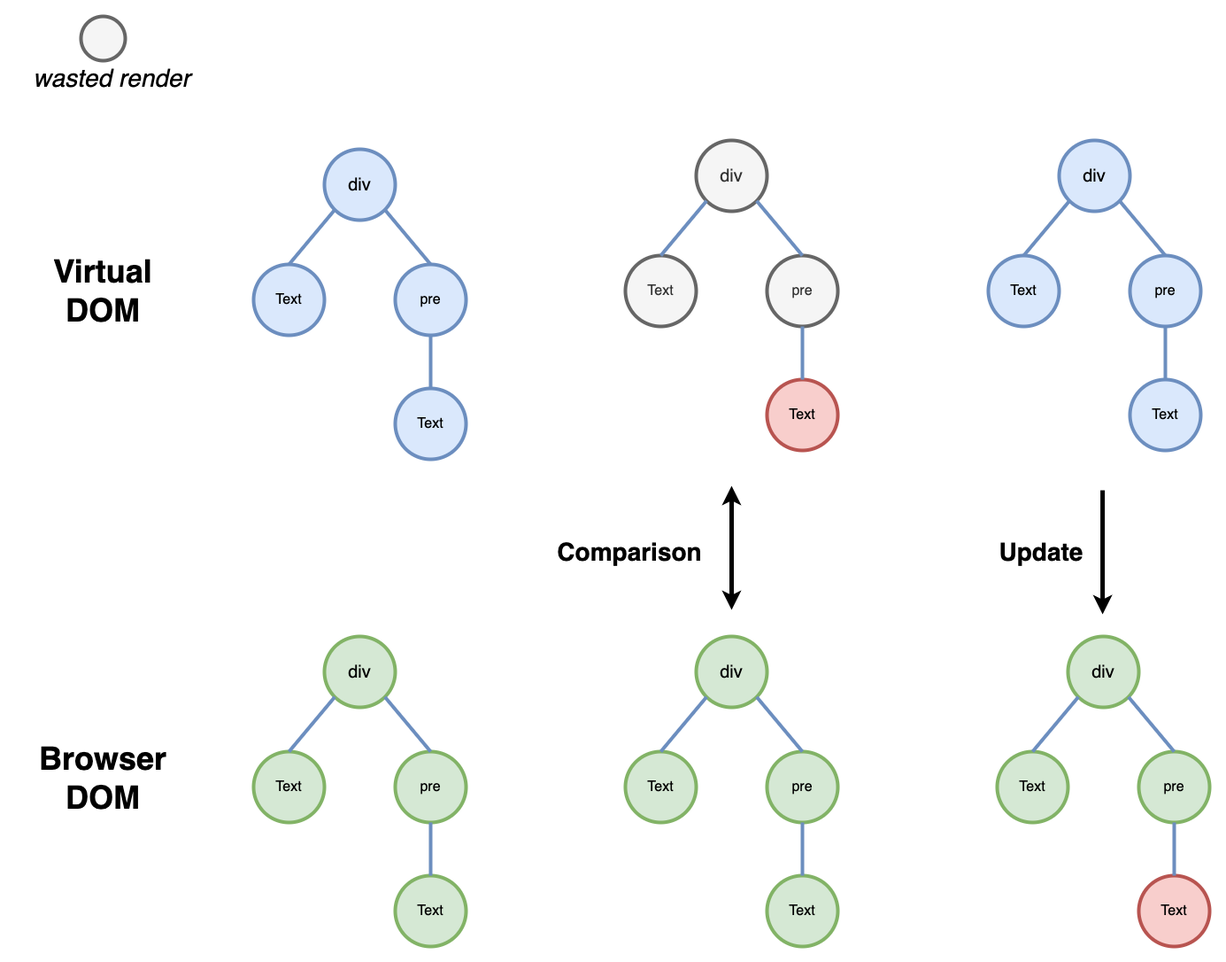
Above: src/assets/wasted-render.png in marconi1992/preact-redux-performance (draw.io), before the change. Source tidied: cells renumbered, new cells last; positions are measured from the earlier drawing's top-left corner, leaving out a move shared by most shapes.
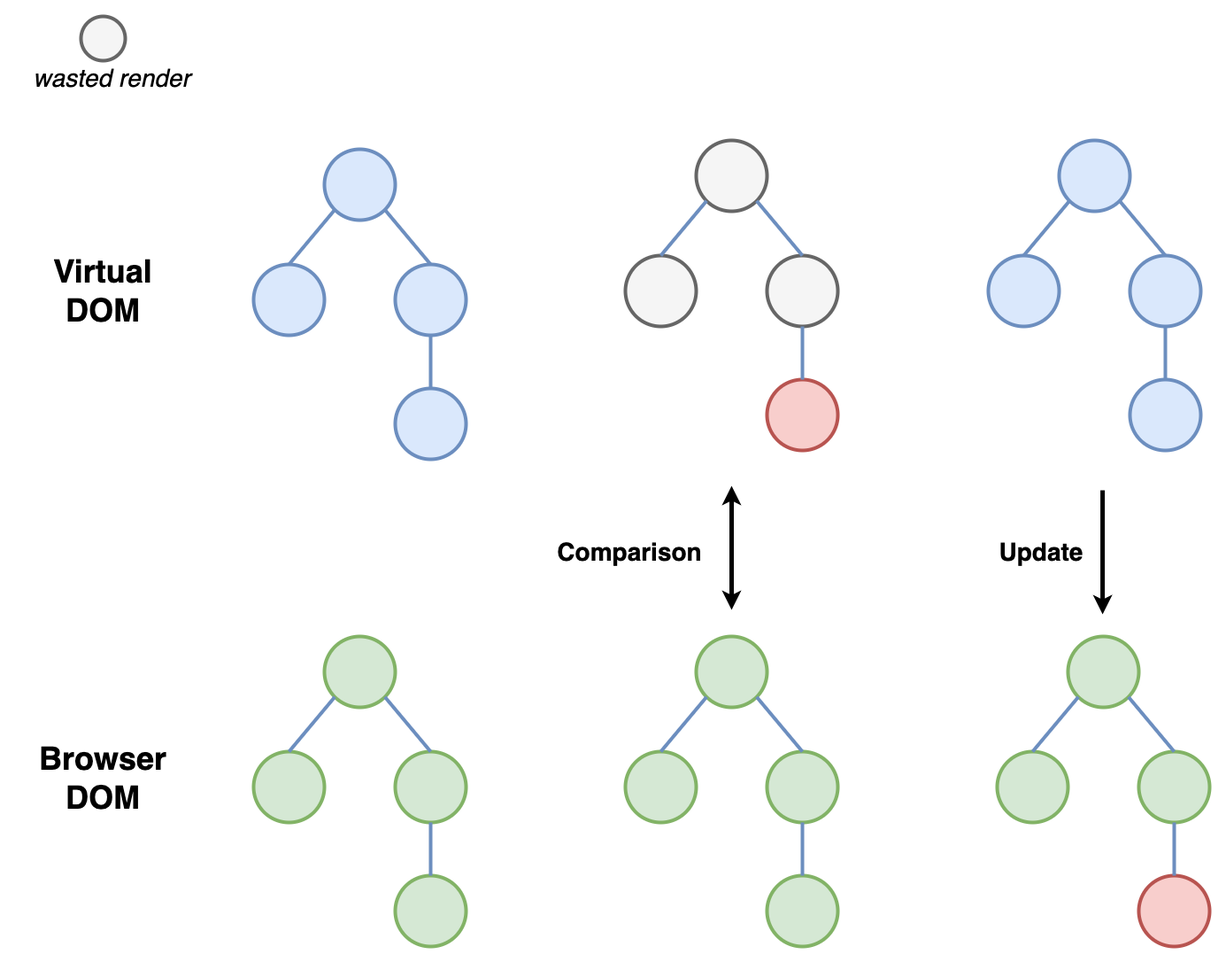
The same diagram one commit later.

Commit message:
update wasted render section

Change to the diagram source:
```diff
@@ -5,22 +5,22 @@
     <mxCell id="2" style="group;" parent="1" vertex="1">
       <mxGeometry x="270" y="150" width="240" height="320" as="geometry" />
     </mxCell>
-    <mxCell id="3" value="&lt;font style=&quot;font-size: 20px;&quot;&gt;div&lt;/font&gt;" style="ellipse;whiteSpace=wrap;html=1;fillColor=#dae8fc;strokeColor=#6c8ebf;strokeWidth=4;" parent="2" vertex="1">
+    <mxCell id="3" style="ellipse;whiteSpace=wrap;html=1;fillColor=#dae8fc;strokeColor=#6c8ebf;strokeWidth=4;" parent="2" vertex="1">
       <mxGeometry x="80" width="80" height="80" as="geometry" />
     </mxCell>
-    <mxCell id="4" value="&lt;font style=&quot;font-size: 16px;&quot;&gt;Text&lt;/font&gt;" style="ellipse;whiteSpace=wrap;html=1;fillColor=#dae8fc;strokeColor=#6c8ebf;strokeWidth=4;" parent="2" vertex="1">
+    <mxCell id="4" style="ellipse;whiteSpace=wrap;html=1;fillColor=#dae8fc;strokeColor=#6c8ebf;strokeWidth=4;" parent="2" vertex="1">
       <mxGeometry y="130" width="80" height="80" as="geometry" />
     </mxCell>
     <mxCell id="5" style="edgeStyle=none;rounded=0;jettySize=auto;html=1;exitX=0;exitY=1;exitDx=0;exitDy=0;entryX=0.5;entryY=0;entryDx=0;entryDy=0;fontSize=16;endArrow=none;endFill=0;fillColor=#dae8fc;strokeColor=#6c8ebf;strokeWidth=4;" parent="2" edge="1" source="3" target="4">
       <mxGeometry relative="1" as="geometry" />
     </mxCell>
-    <mxCell id="6" value="&lt;font style=&quot;font-size: 16px;&quot;&gt;pre&lt;/font&gt;" style="ellipse;whiteSpace=wrap;html=1;fillColor=#dae8fc;strokeColor=#6c8ebf;strokeWidth=4;" parent="2" vertex="1">
+    <mxCell id="6" style="ellipse;whiteSpace=wrap;html=1;fillColor=#dae8fc;strokeColor=#6c8ebf;strokeWidth=4;" parent="2" vertex="1">
       <mxGeometry x="160" y="130" width="80" height="80" as="geometry" />
     </mxCell>
     <mxCell id="7" style="edgeStyle=none;rounded=0;jettySize=auto;html=1;exitX=1;exitY=1;exitDx=0;exitDy=0;entryX=0.5;entryY=0;entryDx=0;entryDy=0;fontSize=16;endArrow=none;endFill=0;fillColor=#dae8fc;strokeColor=#6c8ebf;strokeWidth=4;" parent="2" edge="1" source="3" target="6">
       <mxGeometry relative="1" as="geometry" />
     </mxCell>
-    <mxCell id="8" value="&lt;font style=&quot;font-size: 16px;&quot;&gt;Text&lt;/font&gt;" style="ellipse;whiteSpace=wrap;html=1;fillColor=#dae8fc;strokeColor=#6c8ebf;strokeWidth=4;" parent="2" vertex="1">
+    <mxCell id="8" style="ellipse;whiteSpace=wrap;html=1;fillColor=#dae8fc;strokeColor=#6c8ebf;strokeWidth=4;" parent="2" vertex="1">
       <mxGeometry x="160" y="270" width="80" height="80" as="geometry" />
     </mxCell>
     <mxCell id="9" style="edgeStyle=none;rounded=0;jettySize=auto;html=1;exitX=0.5;exitY=1;exitDx=0;exitDy=0;entryX=0.5;entryY=0;entryDx=0;entryDy=0;fontSize=16;endArrow=none;endFill=0;fillColor=#dae8fc;strokeColor=#6c8ebf;strokeWidth=4;" parent="2" edge="1" source="6" target="8">
@@ -29,22 +29,22 @@
     <mxCell id="10" style="group;" parent="1" vertex="1">
       <mxGeometry x="690" y="140" width="240" height="320" as="geometry" />
     </mxCell>
-    <mxCell id="11" value="&lt;font style=&quot;font-size: 20px;&quot;&gt;div&lt;/font&gt;" style="ellipse;whiteSpace=wrap;html=1;fillColor=#f5f5f5;strokeColor=#666666;strokeWidth=4;fontColor=#333333;" parent="10" vertex="1">
+    <mxCell id="11" style="ellipse;whiteSpace=wrap;html=1;fillColor=#f5f5f5;strokeColor=#666666;strokeWidth=4;fontColor=#333333;" parent="10" vertex="1">
       <mxGeometry x="80" width="80" height="80" as="geometry" />
     </mxCell>
-    <mxCell id="12" value="&lt;span style=&quot;font-size: 16px;&quot;&gt;Text&lt;/span&gt;" style="ellipse;whiteSpace=wrap;html=1;fillColor=#f5f5f5;strokeColor=#666666;strokeWidth=4;fontColor=#333333;" parent="10" vertex="1">
+    <mxCell id="12" style="ellipse;whiteSpace=wrap;html=1;fillColor=#f5f5f5;strokeColor=#666666;strokeWidth=4;fontColor=#333333;" parent="10" vertex="1">
       <mxGeometry y="130" width="80" height="80" as="geometry" />
     </mxCell>
     <mxCell id="13" style="edgeStyle=none;rounded=0;jettySize=auto;html=1;exitX=0;exitY=1;exitDx=0;exitDy=0;entryX=0.5;entryY=0;entryDx=0;entryDy=0;fontSize=16;endArrow=none;endFill=0;fillColor=#dae8fc;strokeColor=#6c8ebf;strokeWidth=4;" parent="10" edge="1" source="11" target="12">
       <mxGeometry relative="1" as="geometry" />
     </mxCell>
-    <mxCell id="14" value="&lt;font style=&quot;font-size: 16px;&quot;&gt;pre&lt;/font&gt;" style="ellipse;whiteSpace=wrap;html=1;fillColor=#f5f5f5;strokeColor=#666666;strokeWidth=4;fontColor=#333333;" parent="10" vertex="1">
+    <mxCell id="14" style="ellipse;whiteSpace=wrap;html=1;fillColor=#f5f5f5;strokeColor=#666666;strokeWidth=4;fontColor=#333333;" parent="10" vertex="1">
       <mxGeometry x="160" y="130" width="80" height="80" as="geometry" />
     </mxCell>
     <mxCell id="15" style="edgeStyle=none;rounded=0;jettySize=auto;html=1;exitX=1;exitY=1;exitDx=0;exitDy=0;entryX=0.5;entryY=0;entryDx=0;entryDy=0;fontSize=16;endArrow=none;endFill=0;fillColor=#dae8fc;strokeColor=#6c8ebf;strokeWidth=4;" parent="10" edge="1" source="11" target="14">
       <mxGeometry relative="1" as="geometry" />
     </mxCell>
-    <mxCell id="16" value="&lt;font style=&quot;font-size: 16px;&quot;&gt;Text&lt;/font&gt;" style="ellipse;whiteSpace=wrap;html=1;fillColor=#f8cecc;strokeColor=#b85450;strokeWidth=4;" parent="10" vertex="1">
+    <mxCell id="16" style="ellipse;whiteSpace=wrap;html=1;fillColor=#f8cecc;strokeColor=#b85450;strokeWidth=4;" parent="10" vertex="1">
       <mxGeometry x="160" y="270" width="80" height="80" as="geometry" />
     </mxCell>
     <mxCell id="17" style="edgeStyle=none;rounded=0;jettySize=auto;html=1;exitX=0.5;exitY=1;exitDx=0;exitDy=0;entryX=0.5;entryY=0;entryDx=0;entryDy=0;fontSize=16;endArrow=none;endFill=0;fillColor=#dae8fc;strokeColor=#6c8ebf;strokeWidth=4;" parent="10" edge="1" source="14" target="16">
@@ -56,22 +56,22 @@
     <mxCell id="19" style="group;" parent="1" vertex="1">
       <mxGeometry x="270" y="700" width="240" height="320" as="geometry" />
     </mxCell>
-    <mxCell id="20" value="&lt;font style=&quot;font-size: 20px;&quot;&gt;div&lt;/font&gt;" style="ellipse;whiteSpace=wrap;html=1;fillColor=#d5e8d4;strokeColor=#82b366;strokeWidth=4;" parent="19" vertex="1">
+    <mxCell id="20" style="ellipse;whiteSpace=wrap;html=1;fillColor=#d5e8d4;strokeColor=#82b366;strokeWidth=4;" parent="19" vertex="1">
       <mxGeometry x="80" width="80" height="80" as="geometry" />
     </mxCell>
-    <mxCell id="21" value="&lt;font style=&quot;font-size: 16px;&quot;&gt;Text&lt;/font&gt;" style="ellipse;whiteSpace=wrap;html=1;fillColor=#d5e8d4;strokeColor=#82b366;strokeWidth=4;" parent="19" vertex="1">
+    <mxCell id="21" style="ellipse;whiteSpace=wrap;html=1;fillColor=#d5e8d4;strokeColor=#82b366;strokeWidth=4;" parent="19" vertex="1">
       <mxGeometry y="130" width="80" height="80" as="geometry" />
     </mxCell>
     <mxCell id="22" style="edgeStyle=none;rounded=0;jettySize=auto;html=1;exitX=0;exitY=1;exitDx=0;exitDy=0;entryX=0.5;entryY=0;entryDx=0;entryDy=0;fontSize=16;endArrow=none;endFill=0;fillColor=#dae8fc;strokeColor=#6c8ebf;strokeWidth=4;" parent="19" edge="1" source="20" target="21">
       <mxGeometry relative="1" as="geometry" />
     </mxCell>
-    <mxCell id="23" value="&lt;font style=&quot;font-size: 16px;&quot;&gt;pre&lt;/font&gt;" style="ellipse;whiteSpace=wrap;html=1;fillColor=#d5e8d4;strokeColor=#82b366;strokeWidth=4;" parent="19" vertex="1">
+    <mxCell id="23" style="ellipse;whiteSpace=wrap;html=1;fillColor=#d5e8d4;strokeColor=#82b366;strokeWidth=4;" parent="19" vertex="1">
       <mxGeometry x="160" y="130" width="80" height="80" as="geometry" />
     </mxCell>
     <mxCell id="24" style="edgeStyle=none;rounded=0;jettySize=auto;html=1;exitX=1;exitY=1;exitDx=0;exitDy=0;entryX=0.5;entryY=0;entryDx=0;entryDy=0;fontSize=16;endArrow=none;endFill=0;fillColor=#dae8fc;strokeColor=#6c8ebf;strokeWidth=4;" parent="19" edge="1" source="20" target="23">
       <mxGeometry relative="1" as="geometry" />
     </mxCell>
-    <mxCell id="25" value="&lt;font style=&quot;font-size: 16px;&quot;&gt;Text&lt;/font&gt;" style="ellipse;whiteSpace=wrap;html=1;fillColor=#d5e8d4;strokeColor=#82b366;strokeWidth=4;" parent="19" vertex="1">
+    <mxCell id="25" style="ellipse;whiteSpace=wrap;html=1;fillColor=#d5e8d4;strokeColor=#82b366;strokeWidth=4;" parent="19" vertex="1">
       <mxGeometry x="160" y="270" width="80" height="80" as="geometry" />
     </mxCell>
     <mxCell id="26" style="edgeStyle=none;rounded=0;jettySize=auto;html=1;exitX=0.5;exitY=1;exitDx=0;exitDy=0;entryX=0.5;entryY=0;entryDx=0;entryDy=0;fontSize=16;endArrow=none;endFill=0;fillColor=#dae8fc;strokeColor=#6c8ebf;strokeWidth=4;" parent="19" edge="1" source="23" target="25">
@@ -80,22 +80,22 @@
     <mxCell id="27" style="group;" parent="1" vertex="1">
       <mxGeometry x="690" y="700" width="240" height="320" as="geometry" />
     </mxCell>
-    <mxCell id="28" value="&lt;font style=&quot;font-size: 20px;&quot;&gt;div&lt;/font&gt;" style="ellipse;whiteSpace=wrap;html=1;fillColor=#d5e8d4;strokeColor=#82b366;strokeWidth=4;" parent="27" vertex="1">
+    <mxCell id="28" style="ellipse;whiteSpace=wrap;html=1;fillColor=#d5e8d4;strokeColor=#82b366;strokeWidth=4;" parent="27" vertex="1">
       <mxGeometry x="80" width="80" height="80" as="geometry" />
     </mxCell>
-    <mxCell id="29" value="&lt;font style=&quot;font-size: 16px;&quot;&gt;Text&lt;/font&gt;" style="ellipse;whiteSpace=wrap;html=1;fillColor=#d5e8d4;strokeColor=#82b366;strokeWidth=4;" parent="27" vertex="1">
+    <mxCell id="29" style="ellipse;whiteSpace=wrap;html=1;fillColor=#d5e8d4;strokeColor=#82b366;strokeWidth=4;" parent="27" vertex="1">
       <mxGeometry y="130" width="80" height="80" as="geometry" />
     </mxCell>
     <mxCell id="30" style="edgeStyle=none;rounded=0;jettySize=auto;html=1;exitX=0;exitY=1;exitDx=0;exitDy=0;entryX=0.5;entryY=0;entryDx=0;entryDy=0;fontSize=16;endArrow=none;endFill=0;fillColor=#dae8fc;strokeColor=#6c8ebf;strokeWidth=4;" parent="27" edge="1" source="28" target="29">
       <mxGeometry relative="1" as="geometry" />
     </mxCell>
-    <mxCell id="31" value="&lt;font style=&quot;font-size: 16px;&quot;&gt;pre&lt;/font&gt;" style="ellipse;whiteSpace=wrap;html=1;fillColor=#d5e8d4;strokeColor=#82b366;strokeWidth=4;" parent="27" vertex="1">
+    <mxCell id="31" style="ellipse;whiteSpace=wrap;html=1;fillColor=#d5e8d4;strokeColor=#82b366;strokeWidth=4;" parent="27" vertex="1">
       <mxGeometry x="160" y="130" width="80" height="80" as="geometry" />
     </mxCell>
     <mxCell id="32" style="edgeStyle=none;rounded=0;jettySize=auto;html=1;exitX=1;exitY=1;exitDx=0;exitDy=0;entryX=0.5;entryY=0;entryDx=0;entryDy=0;fontSize=16;endArrow=none;endFill=0;fillColor=#dae8fc;strokeColor=#6c8ebf;strokeWidth=4;" parent="27" edge="1" source="28" target="31">
       <mxGeometry relative="1" as="geometry" />
     </mxCell>
-    <mxCell id="33" value="&lt;font style=&quot;font-size: 16px;&quot;&gt;Text&lt;/font&gt;" style="ellipse;whiteSpace=wrap;html=1;fillColor=#d5e8d4;strokeColor=#82b366;strokeWidth=4;" parent="27" vertex="1">
+    <mxCell id="33" style="ellipse;whiteSpace=wrap;html=1;fillColor=#d5e8d4;strokeColor=#82b366;strokeWidth=4;" parent="27" vertex="1">
       <mxGeometry x="160" y="270" width="80" height="80" as="geometry" />
     </mxCell>
     <mxCell id="34" style="edgeStyle=none;rounded=0;jettySize=auto;html=1;exitX=0.5;exitY=1;exitDx=0;exitDy=0;entryX=0.5;entryY=0;entryDx=0;entryDy=0;fontSize=16;endArrow=none;endFill=0;fillColor=#dae8fc;strokeColor=#6c8ebf;strokeWidth=4;" parent="27" edge="1" source="31" target="33">
@@ -107,22 +107,22 @@
     <mxCell id="36" style="group;" parent="1" vertex="1">
       <mxGeometry x="1110" y="700" width="240" height="320" as="geometry" />
     </mxCell>
-    <mxCell id="37" value="&lt;font style=&quot;font-size: 20px;&quot;&gt;div&lt;/font&gt;" style="ellipse;whiteSpace=wrap;html=1;fillColor=#d5e8d4;strokeColor=#82b366;strokeWidth=4;" parent="36" vertex="1">
+    <mxCell id="37" style="ellipse;whiteSpace=wrap;html=1;fillColor=#d5e8d4;strokeColor=#82b366;strokeWidth=4;" parent="36" vertex="1">
       <mxGeometry x="80" width="80" height="80" as="geometry" />
     </mxCell>
-    <mxCell id="38" value="&lt;font style=&quot;font-size: 16px;&quot;&gt;Text&lt;/font&gt;" style="ellipse;whiteSpace=wrap;html=1;fillColor=#d5e8d4;strokeColor=#82b366;strokeWidth=4;" parent="36" vertex="1">
+    <mxCell id="38" style="ellipse;whiteSpace=wrap;html=1;fillColor=#d5e8d4;strokeColor=#82b366;strokeWidth=4;" parent="36" vertex="1">
       <mxGeometry y="130" width="80" height="80" as="geometry" />
     </mxCell>
     <mxCell id="39" style="edgeStyle=none;rounded=0;jettySize=auto;html=1;exitX=0;exitY=1;exitDx=0;exitDy=0;entryX=0.5;entryY=0;entryDx=0;entryDy=0;fontSize=16;endArrow=none;endFill=0;fillColor=#dae8fc;strokeColor=#6c8ebf;strokeWidth=4;" parent="36" edge="1" source="37" target="38">
       <mxGeometry relative="1" as="geometry" />
     </mxCell>
-    <mxCell id="40" value="&lt;font style=&quot;font-size: 16px;&quot;&gt;pre&lt;/font&gt;" style="ellipse;whiteSpace=wrap;html=1;fillColor=#d5e8d4;strokeColor=#82b366;strokeWidth=4;" parent="36" vertex="1">
+    <mxCell id="40" style="ellipse;whiteSpace=wrap;html=1;fillColor=#d5e8d4;strokeColor=#82b366;strokeWidth=4;" parent="36" vertex="1">
       <mxGeometry x="160" y="130" width="80" height="80" as="geometry" />
     </mxCell>
     <mxCell id="41" style="edgeStyle=none;rounded=0;jettySize=auto;html=1;exitX=1;exitY=1;exitDx=0;exitDy=0;entryX=0.5;entryY=0;entryDx=0;entryDy=0;fontSize=16;endArrow=none;endFill=0;fillColor=#dae8fc;strokeColor=#6c8ebf;strokeWidth=4;" parent="36" edge="1" source="37" target="40">
       <mxGeometry relative="1" as="geometry" />
     </mxCell>
-    <mxCell id="42" value="&lt;font style=&quot;font-size: 16px;&quot;&gt;Text&lt;/font&gt;" style="ellipse;whiteSpace=wrap;html=1;fillColor=#f8cecc;strokeColor=#b85450;strokeWidth=4;" parent="36" vertex="1">
+    <mxCell id="42" style="ellipse;whiteSpace=wrap;html=1;fillColor=#f8cecc;strokeColor=#b85450;strokeWidth=4;" parent="36" vertex="1">
       <mxGeometry x="160" y="270" width="80" height="80" as="geometry" />
     </mxCell>
     <mxCell id="43" style="edgeStyle=none;rounded=0;jettySize=auto;html=1;exitX=0.5;exitY=1;exitDx=0;exitDy=0;entryX=0.5;entryY=0;entryDx=0;entryDy=0;fontSize=16;endArrow=none;endFill=0;fillColor=#dae8fc;strokeColor=#6c8ebf;strokeWidth=4;" parent="36" edge="1" source="40" target="42">
@@ -149,22 +149,22 @@
     <mxCell id="48" style="group;" parent="1" vertex="1">
       <mxGeometry x="1100" y="140" width="240" height="320" as="geometry" />
     </mxCell>
-    <mxCell id="49" value="&lt;font style=&quot;font-size: 20px;&quot;&gt;div&lt;/font&gt;" style="ellipse;whiteSpace=wrap;html=1;fillColor=#dae8fc;strokeColor=#6c8ebf;strokeWidth=4;" parent="48" vertex="1">
+    <mxCell id="49" style="ellipse;whiteSpace=wrap;html=1;fillColor=#dae8fc;strokeColor=#6c8ebf;strokeWidth=4;" parent="48" vertex="1">
       <mxGeometry x="80" width="80" height="80" as="geometry" />
     </mxCell>
-    <mxCell id="50" value="&lt;font style=&quot;font-size: 16px;&quot;&gt;Text&lt;/font&gt;" style="ellipse;whiteSpace=wrap;html=1;fillColor=#dae8fc;strokeColor=#6c8ebf;strokeWidth=4;" parent="48" vertex="1">
+    <mxCell id="50" style="ellipse;whiteSpace=wrap;html=1;fillColor=#dae8fc;strokeColor=#6c8ebf;strokeWidth=4;" parent="48" vertex="1">
       <mxGeometry y="130" width="80" height="80" as="geometry" />
     </mxCell>
     <mxCell id="51" style="edgeStyle=none;rounded=0;jettySize=auto;html=1;exitX=0;exitY=1;exitDx=0;exitDy=0;entryX=0.5;entryY=0;entryDx=0;entryDy=0;fontSize=16;endArrow=none;endFill=0;fillColor=#dae8fc;strokeColor=#6c8ebf;strokeWidth=4;" parent="48" edge="1" source="49" target="50">
       <mxGeometry relative="1" as="geometry" />
     </mxCell>
-    <mxCell id="52" value="&lt;font style=&quot;font-size: 16px;&quot;&gt;pre&lt;/font&gt;" style="ellipse;whiteSpace=wrap;html=1;fillColor=#dae8fc;strokeColor=#6c8ebf;strokeWidth=4;" parent="48" vertex="1">
+    <mxCell id="52" style="ellipse;whiteSpace=wrap;html=1;fillColor=#dae8fc;strokeColor=#6c8ebf;strokeWidth=4;" parent="48" vertex="1">
       <mxGeometry x="160" y="130" width="80" height="80" as="geometry" />
     </mxCell>
     <mxCell id="53" style="edgeStyle=none;rounded=0;jettySize=auto;html=1;exitX=1;exitY=1;exitDx=0;exitDy=0;entryX=0.5;entryY=0;entryDx=0;entryDy=0;fontSize=16;endArrow=none;endFill=0;fillColor=#dae8fc;strokeColor=#6c8ebf;strokeWidth=4;" parent="48" edge="1" source="49" target="52">
       <mxGeometry relative="1" as="geometry" />
     </mxCell>
-    <mxCell id="54" value="&lt;font style=&quot;font-size: 16px;&quot;&gt;Text&lt;/font&gt;" style="ellipse;whiteSpace=wrap;html=1;fillColor=#dae8fc;strokeColor=#6c8ebf;strokeWidth=4;" parent="48" vertex="1">
+    <mxCell id="54" style="ellipse;whiteSpace=wrap;html=1;fillColor=#dae8fc;strokeColor=#6c8ebf;strokeWidth=4;" parent="48" vertex="1">
       <mxGeometry x="160" y="270" width="80" height="80" as="geometry" />
     </mxCell>
     <mxCell id="55" style="edgeStyle=none;rounded=0;jettySize=auto;html=1;exitX=0.5;exitY=1;exitDx=0;exitDy=0;entryX=0.5;entryY=0;entryDx=0;entryDy=0;fontSize=16;endArrow=none;endFill=0;fillColor=#dae8fc;strokeColor=#6c8ebf;strokeWidth=4;" parent="48" edge="1" source="52" target="54">
```
